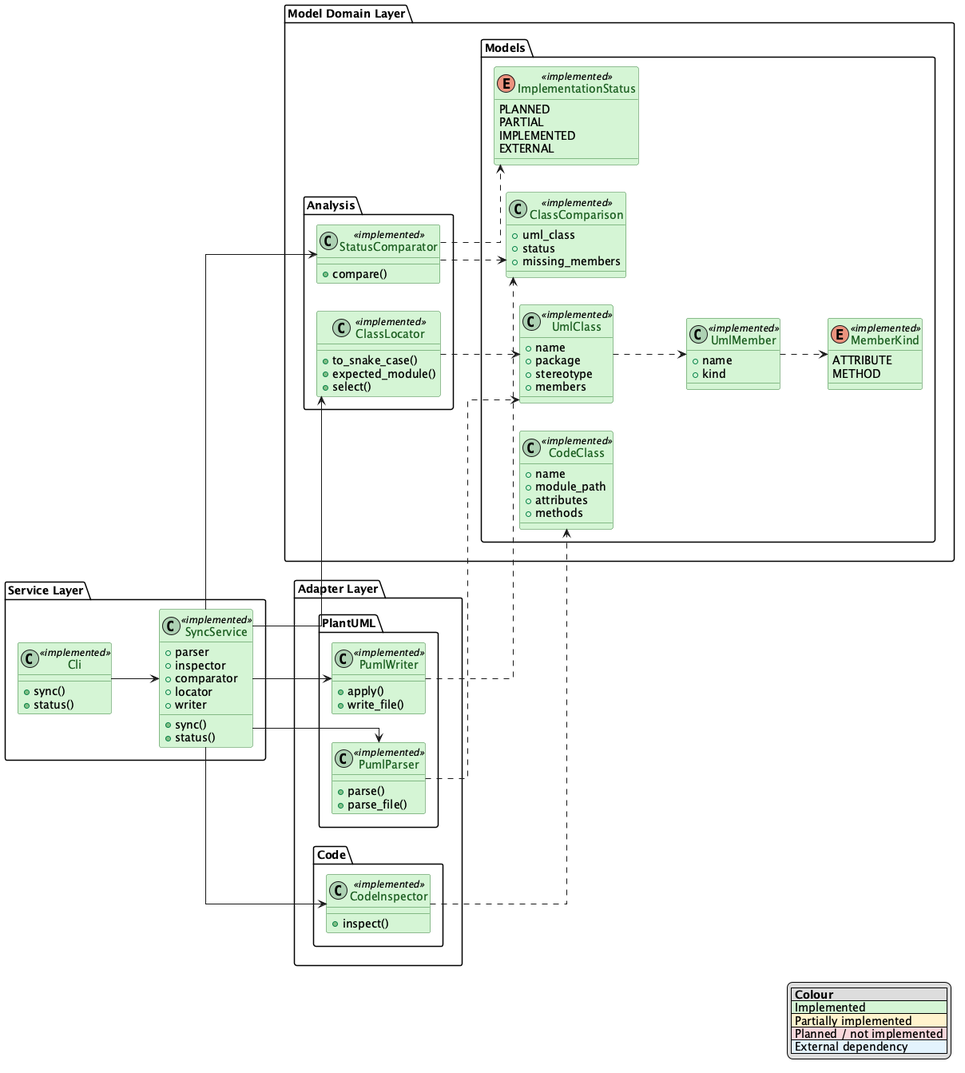
GuilhermeCosta-Ferreira/ClassyPython keeps this PlantUML diagram as docs/class.png. Above is the earlier version.
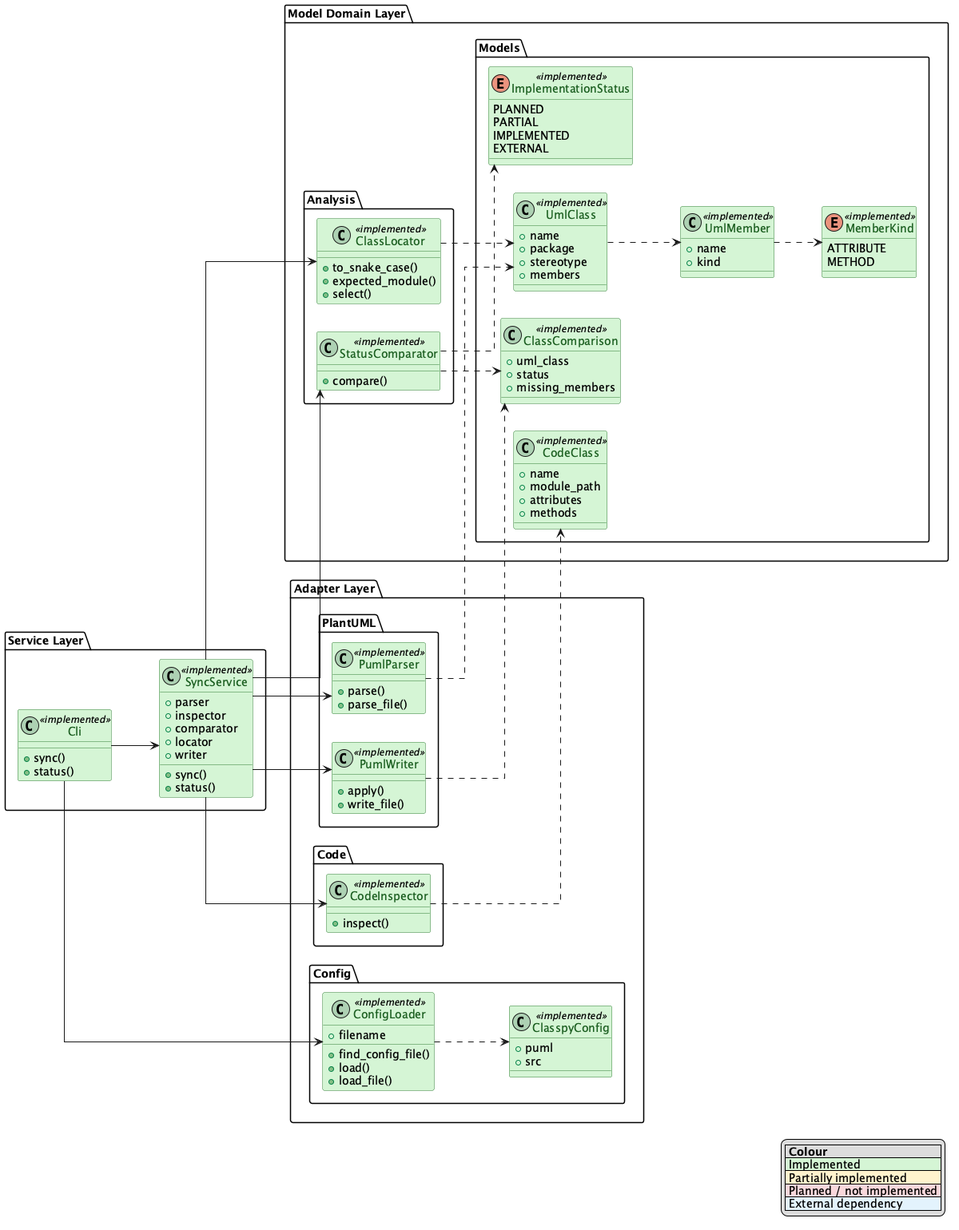
Above is the later version.

Change to the diagram source:
```diff
@@ -142,6 +142,22 @@
         }
         CodeInspector ..> CodeClass
     }
+
+    package "Config" {
+
+        class ClasspyConfig <<implemented>> {
+            +puml
+            +src
+        }
+
+        class ConfigLoader <<implemented>> {
+            +filename
+            +find_config_file()
+            +load()
+            +load_file()
+        }
+        ConfigLoader ..> ClasspyConfig
+    }
 }
 
 
@@ -152,4 +168,6 @@
 SyncService --> ClassLocator
 SyncService --> PumlWriter
 
+Cli --> ConfigLoader
+
 @enduml
```
